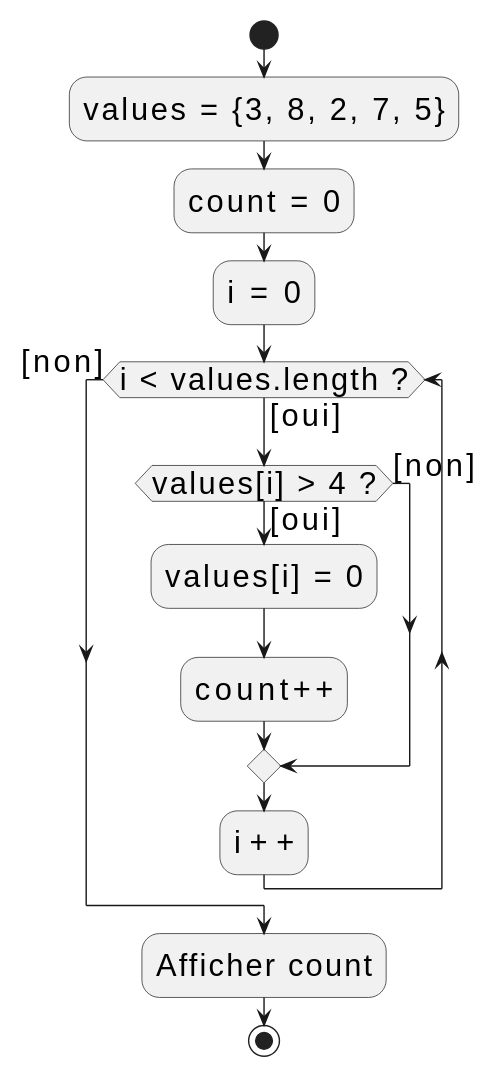
The PlantUML diagram materiel/08-tableaux-et-lancement-du-mini-projet/diagrammes/a07.svg in heig-vd-progim-course/heig-vd-progim1-course, before a commit.
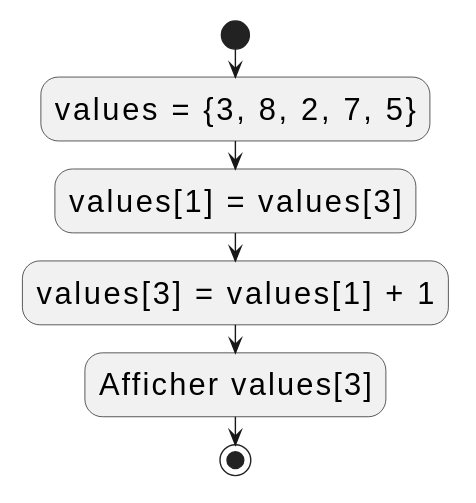
The same file after the commit.

Diff of the diagram source:
```diff
@@ -6,16 +6,8 @@
 
 start
 :values = {3, 8, 2, 7, 5};
-:count = 0;
-:i = 0;
-while (i < values.length ?) is ([oui])
-  if (values[i] > 4 ?) then ([oui])
-    :values[i] = 0;
-    :count++;
-  else ([non])
-  endif
-  :i++;
-endwhile ([non])
-:Afficher count;
+:values[1] = values[3];
+:values[3] = values[1] + 1;
+:Afficher values[3];
 stop
 @enduml
```
